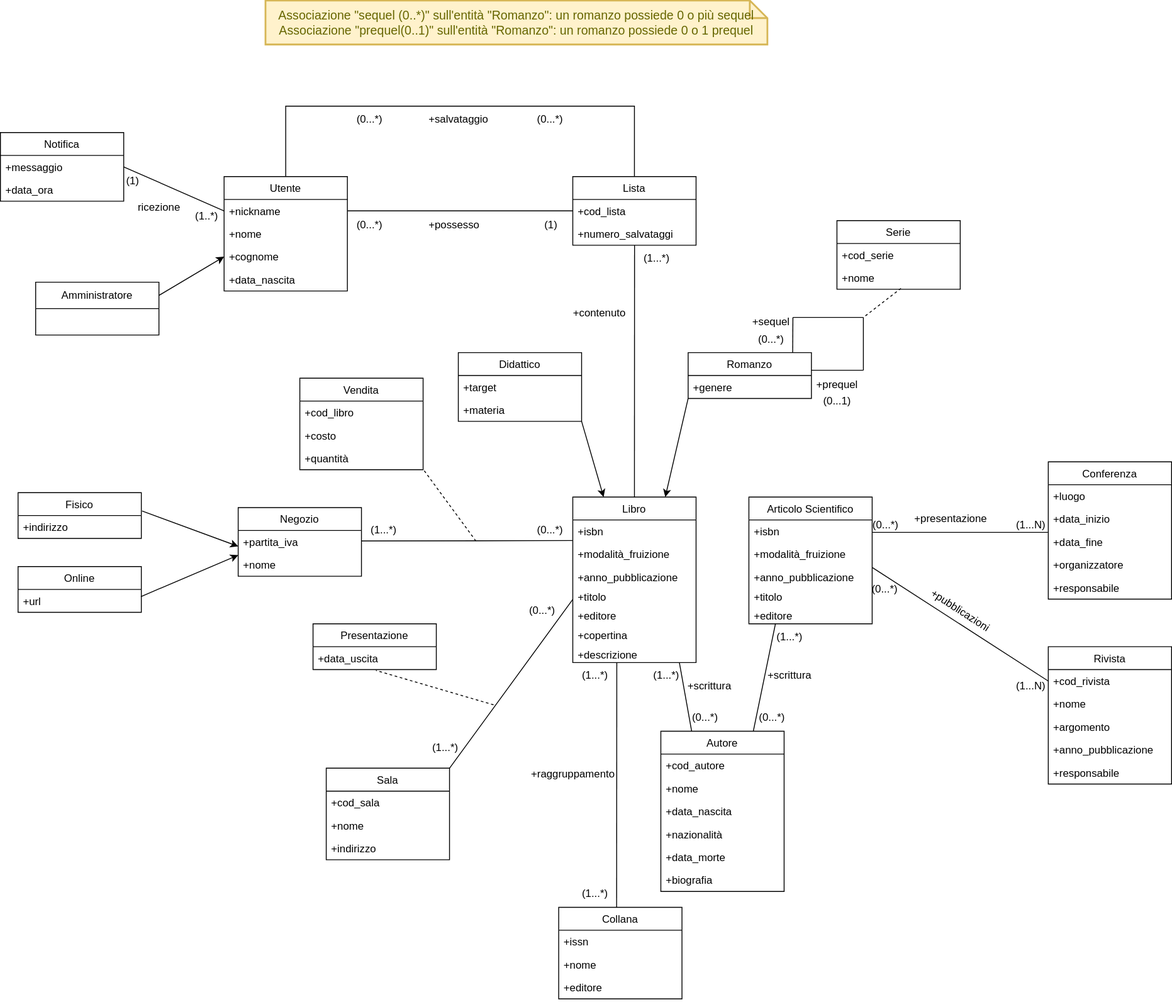
The draw.io diagram Modello_Concettuale.drawio.svg in m3tt0/Progetto_OB_BASI, before a commit. Source tidied: cells renumbered, new cells last; positions are measured from the earlier drawing's top-left corner, leaving out a move shared by most shapes.
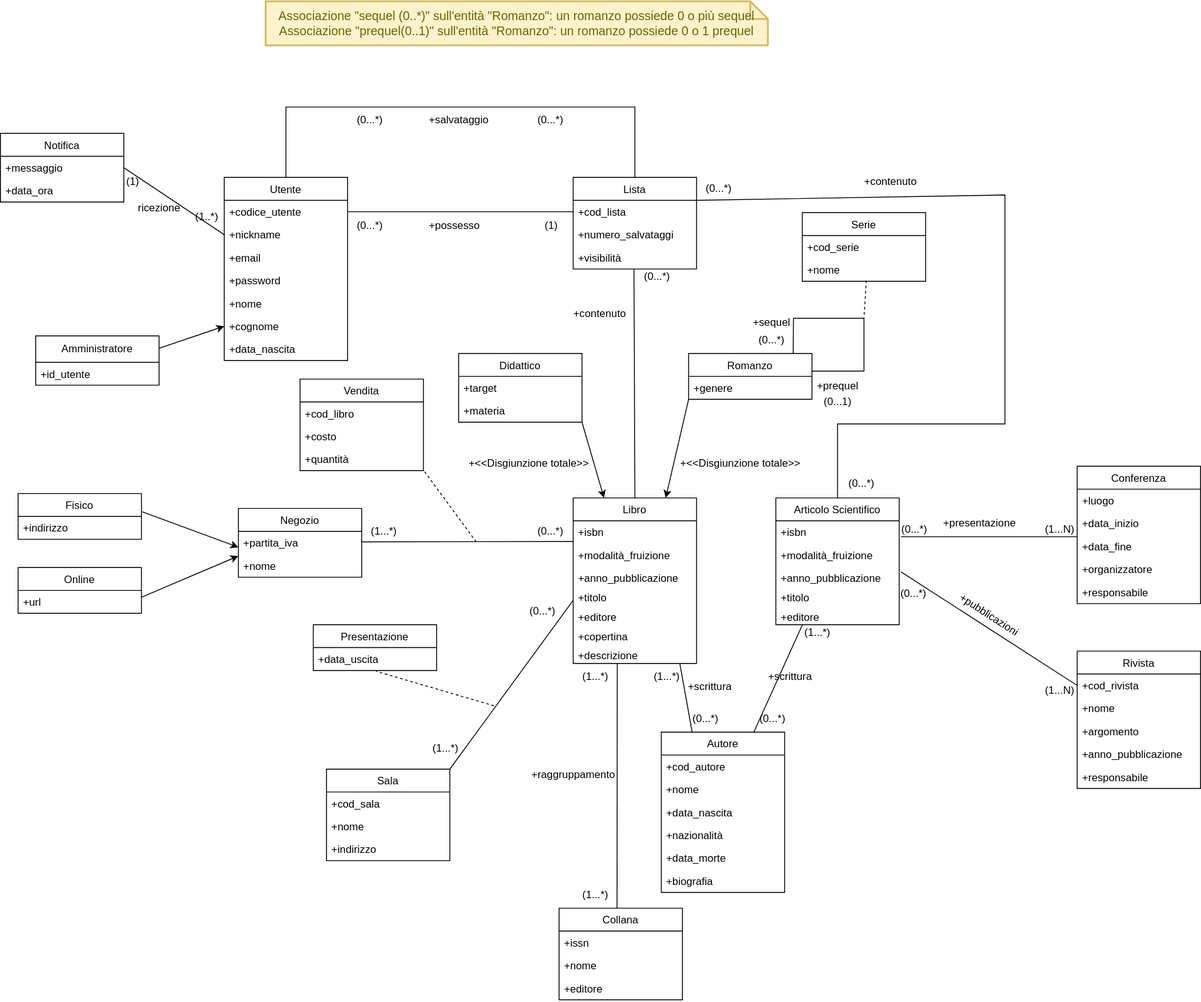
After the change.

Change to the diagram source:
```diff
@@ -3,7 +3,7 @@
     <mxCell id="0" />
     <mxCell id="1" parent="0" />
     <mxCell id="2" value="Conferenza" style="swimlane;fontStyle=0;horizontal=1;startSize=26;fillColor=none;" parent="1" vertex="1">
-      <mxGeometry x="1190" y="524" width="140" height="156" as="geometry" />
+      <mxGeometry x="1222" y="528" width="140" height="156" as="geometry" />
     </mxCell>
     <mxCell id="3" value="+luogo" style="text;strokeColor=none;fillColor=none;align=left;verticalAlign=top;spacingLeft=4;spacingRight=4;overflow=hidden;" parent="2" vertex="1">
       <mxGeometry y="26" width="140" height="26" as="geometry" />
@@ -45,7 +45,7 @@
       <mxGeometry y="166" width="140" height="22" as="geometry" />
     </mxCell>
     <mxCell id="16" value="Articolo Scientifico" style="swimlane;fontStyle=0;horizontal=1;startSize=26;fillColor=none;" parent="1" vertex="1">
-      <mxGeometry x="850" y="564" width="140" height="144" as="geometry" />
+      <mxGeometry x="880" y="564" width="140" height="144" as="geometry" />
     </mxCell>
     <mxCell id="17" value="+isbn" style="text;strokeColor=none;fillColor=none;align=left;verticalAlign=top;spacingLeft=4;spacingRight=4;overflow=hidden;points=[[0,0.5],[1,0.5]];portConstraint=eastwest;" parent="16" vertex="1">
       <mxGeometry y="26" width="140" height="26" as="geometry" />
@@ -90,7 +90,7 @@
       <mxGeometry relative="1" as="geometry" />
     </mxCell>
     <mxCell id="31" value="Rivista" style="swimlane;fontStyle=0;horizontal=1;startSize=26;fillColor=none;" parent="1" vertex="1">
-      <mxGeometry x="1190" y="734" width="140" height="156" as="geometry" />
+      <mxGeometry x="1222" y="738" width="140" height="156" as="geometry" />
     </mxCell>
     <mxCell id="32" value="+cod_rivista" style="text;strokeColor=none;fillColor=none;align=left;verticalAlign=top;spacingLeft=4;spacingRight=4;overflow=hidden;points=[[0,0.5],[1,0.5]];portConstraint=eastwest;" parent="31" vertex="1">
       <mxGeometry y="26" width="140" height="26" as="geometry" />
@@ -107,37 +107,39 @@
     <mxCell id="36" value="+responsabile" style="text;strokeColor=none;fillColor=none;align=left;verticalAlign=top;spacingLeft=4;spacingRight=4;overflow=hidden;" parent="31" vertex="1">
       <mxGeometry y="130" width="140" height="26" as="geometry" />
     </mxCell>
-    <mxCell id="37" style="endArrow=none;html=1;rounded=0;entryX=-0.003;entryY=0.083;entryDx=0;entryDy=0;entryPerimeter=0;exitX=1;exitY=0.544;exitDx=0;exitDy=0;exitPerimeter=0;" parent="1" edge="1" source="17" target="5">
-      <mxGeometry relative="1" as="geometry" />
+    <mxCell id="37" style="endArrow=none;html=1;rounded=0;entryX=-0.003;entryY=0.083;entryDx=0;entryDy=0;entryPerimeter=0;exitX=1;exitY=0.544;exitDx=0;exitDy=0;exitPerimeter=0;" parent="1" edge="1" target="5">
+      <mxGeometry relative="1" as="geometry">
+        <mxPoint x="1022" y="608.1" as="sourcePoint" />
+      </mxGeometry>
     </mxCell>
     <mxCell id="38" style="endArrow=none;html=1;rounded=0;entryX=0;entryY=0.5;entryDx=0;entryDy=0;" parent="1" edge="1" target="32">
       <mxGeometry relative="1" as="geometry">
-        <mxPoint x="990" y="644" as="sourcePoint" />
+        <mxPoint x="1022" y="648" as="sourcePoint" />
       </mxGeometry>
     </mxCell>
     <mxCell id="39" value="(0...*)" style="text;html=1;align=center;verticalAlign=middle;strokeColor=none;fillColor=none;" parent="1" vertex="1">
-      <mxGeometry x="980" y="581" width="50" height="30" as="geometry" />
+      <mxGeometry x="1012" y="585" width="50" height="30" as="geometry" />
     </mxCell>
     <mxCell id="40" value="(1...N)" style="text;html=1;align=center;verticalAlign=middle;strokeColor=none;fillColor=none;" parent="1" vertex="1">
-      <mxGeometry x="1140" y="581" width="60" height="30" as="geometry" />
+      <mxGeometry x="1172" y="585" width="60" height="30" as="geometry" />
     </mxCell>
     <mxCell id="41" value="+presentazione" style="text;html=1;align=center;verticalAlign=middle;strokeColor=none;fillColor=none;" parent="1" vertex="1">
-      <mxGeometry x="1024" y="574" width="110" height="30" as="geometry" />
+      <mxGeometry x="1056" y="578" width="110" height="30" as="geometry" />
     </mxCell>
     <mxCell id="42" value="(0...*)" style="text;html=1;align=center;verticalAlign=middle;strokeColor=none;fillColor=none;rotation=0;" parent="1" vertex="1">
-      <mxGeometry x="978" y="654" width="52" height="30" as="geometry" />
+      <mxGeometry x="1010" y="658" width="52" height="30" as="geometry" />
     </mxCell>
     <mxCell id="43" value="(1...N)" style="text;html=1;align=center;verticalAlign=middle;strokeColor=none;fillColor=none;" parent="1" vertex="1">
-      <mxGeometry x="1140" y="764" width="60" height="30" as="geometry" />
+      <mxGeometry x="1172" y="768" width="60" height="30" as="geometry" />
     </mxCell>
     <mxCell id="44" value="+pubblicazioni" style="text;html=1;align=center;verticalAlign=middle;strokeColor=none;fillColor=none;rotation=33;" parent="1" vertex="1">
-      <mxGeometry x="1040" y="678" width="100" height="30" as="geometry" />
+      <mxGeometry x="1072" y="682" width="100" height="30" as="geometry" />
     </mxCell>
     <mxCell id="45" value="(1...*)" style="text;html=1;align=center;verticalAlign=middle;strokeColor=none;fillColor=none;" parent="1" vertex="1">
       <mxGeometry x="731" y="752" width="50" height="30" as="geometry" />
     </mxCell>
     <mxCell id="46" value="(1...*)" style="text;html=1;align=center;verticalAlign=middle;strokeColor=none;fillColor=none;" parent="1" vertex="1">
-      <mxGeometry x="871" y="708" width="50" height="30" as="geometry" />
+      <mxGeometry x="902" y="702" width="50" height="30" as="geometry" />
     </mxCell>
     <mxCell id="47" value="(0...*)" style="text;html=1;align=center;verticalAlign=middle;strokeColor=none;fillColor=none;rotation=0;" parent="1" vertex="1">
       <mxGeometry x="774" y="800" width="52" height="30" as="geometry" />
@@ -328,7 +330,7 @@
       </mxGeometry>
     </mxCell>
     <mxCell id="104" value="Serie" style="swimlane;fontStyle=0;horizontal=1;startSize=26;fillColor=none;" parent="1" vertex="1">
-      <mxGeometry x="950" y="250" width="140" height="78" as="geometry" />
+      <mxGeometry x="910" y="240" width="140" height="78" as="geometry" />
     </mxCell>
     <mxCell id="105" value="+cod_serie" style="text;strokeColor=none;fillColor=none;align=left;verticalAlign=top;spacingLeft=4;spacingRight=4;overflow=hidden;" parent="104" vertex="1">
       <mxGeometry y="26" width="140" height="26" as="geometry" />
@@ -337,7 +339,7 @@
       <mxGeometry y="52" width="140" height="26" as="geometry" />
     </mxCell>
     <mxCell id="107" value="Lista" style="swimlane;fontStyle=0;horizontal=1;startSize=26;fillColor=none;" parent="1" vertex="1">
-      <mxGeometry x="650" y="200" width="140" height="78" as="geometry" />
+      <mxGeometry x="650" y="200" width="140" height="104" as="geometry" />
     </mxCell>
     <mxCell id="108" value="+cod_lista" style="text;strokeColor=none;fillColor=none;align=left;verticalAlign=top;spacingLeft=4;spacingRight=4;overflow=hidden;points=[[0,0.5],[1,0.5]];portConstraint=eastwest;" parent="107" vertex="1">
       <mxGeometry y="26" width="140" height="26" as="geometry" />
@@ -345,23 +347,35 @@
     <mxCell id="109" value="+numero_salvataggi" style="text;strokeColor=none;fillColor=none;align=left;verticalAlign=top;spacingLeft=4;spacingRight=4;overflow=hidden;points=[[0,0.5],[1,0.5]];portConstraint=eastwest;" parent="107" vertex="1">
       <mxGeometry y="52" width="140" height="26" as="geometry" />
     </mxCell>
+    <mxCell id="135" value="+visibilità" style="text;strokeColor=none;fillColor=none;align=left;verticalAlign=top;spacingLeft=4;spacingRight=4;overflow=hidden;points=[[0,0.5],[1,0.5]];portConstraint=eastwest;" parent="107" vertex="1">
+      <mxGeometry y="78" width="140" height="26" as="geometry" />
+    </mxCell>
-    <mxCell id="110" style="endArrow=none;html=1;rounded=0;entryX=0.501;entryY=1;entryDx=0;entryDy=0;entryPerimeter=0;exitX=0.5;exitY=0;exitDx=0;exitDy=0;" parent="1" edge="1" source="8" target="109">
+    <mxCell id="110" style="endArrow=none;html=1;rounded=0;entryX=0.493;entryY=1.026;entryDx=0;entryDy=0;entryPerimeter=0;exitX=0.5;exitY=0;exitDx=0;exitDy=0;" parent="1" edge="1" source="8" target="135">
       <mxGeometry relative="1" as="geometry" />
     </mxCell>
     <mxCell id="111" value="Utente" style="swimlane;fontStyle=0;horizontal=1;startSize=26;fillColor=none;" parent="1" vertex="1">
-      <mxGeometry x="254" y="200" width="140" height="130" as="geometry" />
+      <mxGeometry x="254" y="200" width="140" height="208" as="geometry" />
     </mxCell>
+    <mxCell id="136" value="+codice_utente" style="text;strokeColor=none;fillColor=none;align=left;verticalAlign=top;spacingLeft=4;spacingRight=4;overflow=hidden;" parent="111" vertex="1">
+      <mxGeometry y="26" width="140" height="26" as="geometry" />
+    </mxCell>
     <mxCell id="112" value="+nickname" style="text;strokeColor=none;fillColor=none;align=left;verticalAlign=top;spacingLeft=4;spacingRight=4;overflow=hidden;points=[[0,0.5],[1,0.5]];portConstraint=eastwest;" parent="111" vertex="1">
-      <mxGeometry y="26" width="140" height="26" as="geometry" />
+      <mxGeometry y="52" width="140" height="26" as="geometry" />
     </mxCell>
+    <mxCell id="137" value="+email" style="text;strokeColor=none;fillColor=none;align=left;verticalAlign=top;spacingLeft=4;spacingRight=4;overflow=hidden;" parent="111" vertex="1">
+      <mxGeometry y="78" width="140" height="26" as="geometry" />
+    </mxCell>
+    <mxCell id="138" value="+password" style="text;strokeColor=none;fillColor=none;align=left;verticalAlign=top;spacingLeft=4;spacingRight=4;overflow=hidden;" parent="111" vertex="1">
+      <mxGeometry y="104" width="140" height="26" as="geometry" />
+    </mxCell>
     <mxCell id="113" value="+nome" style="text;strokeColor=none;fillColor=none;align=left;verticalAlign=top;spacingLeft=4;spacingRight=4;overflow=hidden;" parent="111" vertex="1">
-      <mxGeometry y="52" width="140" height="26" as="geometry" />
+      <mxGeometry y="130" width="140" height="26" as="geometry" />
     </mxCell>
     <mxCell id="114" value="+cognome" style="text;strokeColor=none;fillColor=none;align=left;verticalAlign=top;spacingLeft=4;spacingRight=4;overflow=hidden;points=[[0,0.5],[1,0.5]];portConstraint=eastwest;" parent="111" vertex="1">
-      <mxGeometry y="78" width="140" height="26" as="geometry" />
+      <mxGeometry y="156" width="140" height="26" as="geometry" />
     </mxCell>
     <mxCell id="115" value="+data_nascita" style="text;strokeColor=none;fillColor=none;align=left;verticalAlign=top;spacingLeft=4;spacingRight=4;overflow=hidden;" parent="111" vertex="1">
-      <mxGeometry y="104" width="140" height="26" as="geometry" />
+      <mxGeometry y="182" width="140" height="26" as="geometry" />
     </mxCell>
     <mxCell id="116" value="+contenuto" style="text;html=1;align=center;verticalAlign=middle;strokeColor=none;fillColor=none;rotation=0;" parent="1" vertex="1">
       <mxGeometry x="640" y="340" width="80" height="30" as="geometry" />
@@ -371,8 +385,8 @@
         <mxPoint x="394" y="239" as="sourcePoint" />
       </mxGeometry>
     </mxCell>
-    <mxCell id="118" value="(1...*)" style="text;html=1;align=center;verticalAlign=middle;strokeColor=none;fillColor=none;" parent="1" vertex="1">
-      <mxGeometry x="720" y="278" width="50" height="30" as="geometry" />
+    <mxCell id="118" value="(0...*)" style="text;html=1;align=center;verticalAlign=middle;strokeColor=none;fillColor=none;" parent="1" vertex="1">
+      <mxGeometry x="720" y="298" width="50" height="30" as="geometry" />
     </mxCell>
     <mxCell id="119" value="(1)" style="text;html=1;align=center;verticalAlign=middle;strokeColor=none;fillColor=none;" parent="1" vertex="1">
       <mxGeometry x="605" y="240" width="40" height="30" as="geometry" />
@@ -402,8 +416,11 @@
       <mxGeometry x="475" y="120" width="90" height="30" as="geometry" />
     </mxCell>
     <mxCell id="126" value="Amministratore" style="swimlane;fontStyle=0;horizontal=1;startSize=30;whiteSpace=wrap;html=1;" parent="1" vertex="1">
-      <mxGeometry x="40" y="320" width="140" height="60" as="geometry" />
+      <mxGeometry x="40" y="380" width="140" height="56" as="geometry" />
     </mxCell>
+    <mxCell id="139" value="+id_utente" style="text;strokeColor=none;fillColor=none;align=left;verticalAlign=top;spacingLeft=4;spacingRight=4;overflow=hidden;" parent="126" vertex="1">
+      <mxGeometry y="30" width="140" height="26" as="geometry" />
+    </mxCell>
     <mxCell id="127" style="endArrow=classic;html=1;rounded=0;entryX=0;entryY=0.5;entryDx=0;entryDy=0;exitX=1;exitY=0.25;exitDx=0;exitDy=0;" parent="1" edge="1" source="126" target="114">
       <mxGeometry relative="1" as="geometry" />
     </mxCell>
@@ -428,5 +445,29 @@
     <mxCell id="134" value="ricezione" style="text;html=1;align=center;verticalAlign=middle;strokeColor=none;fillColor=none;rotation=0;" parent="1" vertex="1">
       <mxGeometry x="145" y="220" width="70" height="30" as="geometry" />
     </mxCell>
+    <mxCell id="140" value="+&amp;lt;&amp;lt;Disgiunzione totale&amp;gt;&amp;gt;" style="text;html=1;strokeColor=none;fillColor=none;align=center;verticalAlign=middle;whiteSpace=wrap;rounded=0;" parent="1" vertex="1">
+      <mxGeometry x="530" y="510" width="140" height="30" as="geometry" />
+    </mxCell>
+    <mxCell id="141" value="+&amp;lt;&amp;lt;Disgiunzione totale&amp;gt;&amp;gt;" style="text;html=1;strokeColor=none;fillColor=none;align=center;verticalAlign=middle;whiteSpace=wrap;rounded=0;" parent="1" vertex="1">
+      <mxGeometry x="770" y="510" width="140" height="30" as="geometry" />
+    </mxCell>
+    <mxCell id="142" style="endArrow=none;html=1;rounded=0;exitX=1;exitY=0.25;exitDx=0;exitDy=0;entryX=0.5;entryY=0;entryDx=0;entryDy=0;" parent="1" edge="1" source="107" target="16">
+      <mxGeometry relative="1" as="geometry">
+        <Array as="points">
+          <mxPoint x="1140" y="220" />
+          <mxPoint x="1140" y="480" />
+          <mxPoint x="950" y="480" />
+        </Array>
+      </mxGeometry>
+    </mxCell>
+    <mxCell id="143" value="+contenuto" style="text;html=1;align=center;verticalAlign=middle;strokeColor=none;fillColor=none;rotation=0;" parent="1" vertex="1">
+      <mxGeometry x="970" y="190" width="80" height="30" as="geometry" />
+    </mxCell>
+    <mxCell id="144" value="(0...*)" style="text;html=1;align=center;verticalAlign=middle;strokeColor=none;fillColor=none;" parent="1" vertex="1">
+      <mxGeometry x="790" y="198" width="50" height="30" as="geometry" />
+    </mxCell>
+    <mxCell id="145" value="(0...*)" style="text;html=1;align=center;verticalAlign=middle;strokeColor=none;fillColor=none;" parent="1" vertex="1">
+      <mxGeometry x="952" y="533" width="50" height="30" as="geometry" />
+    </mxCell>
   </root>
 </mxGraphModel>
```
